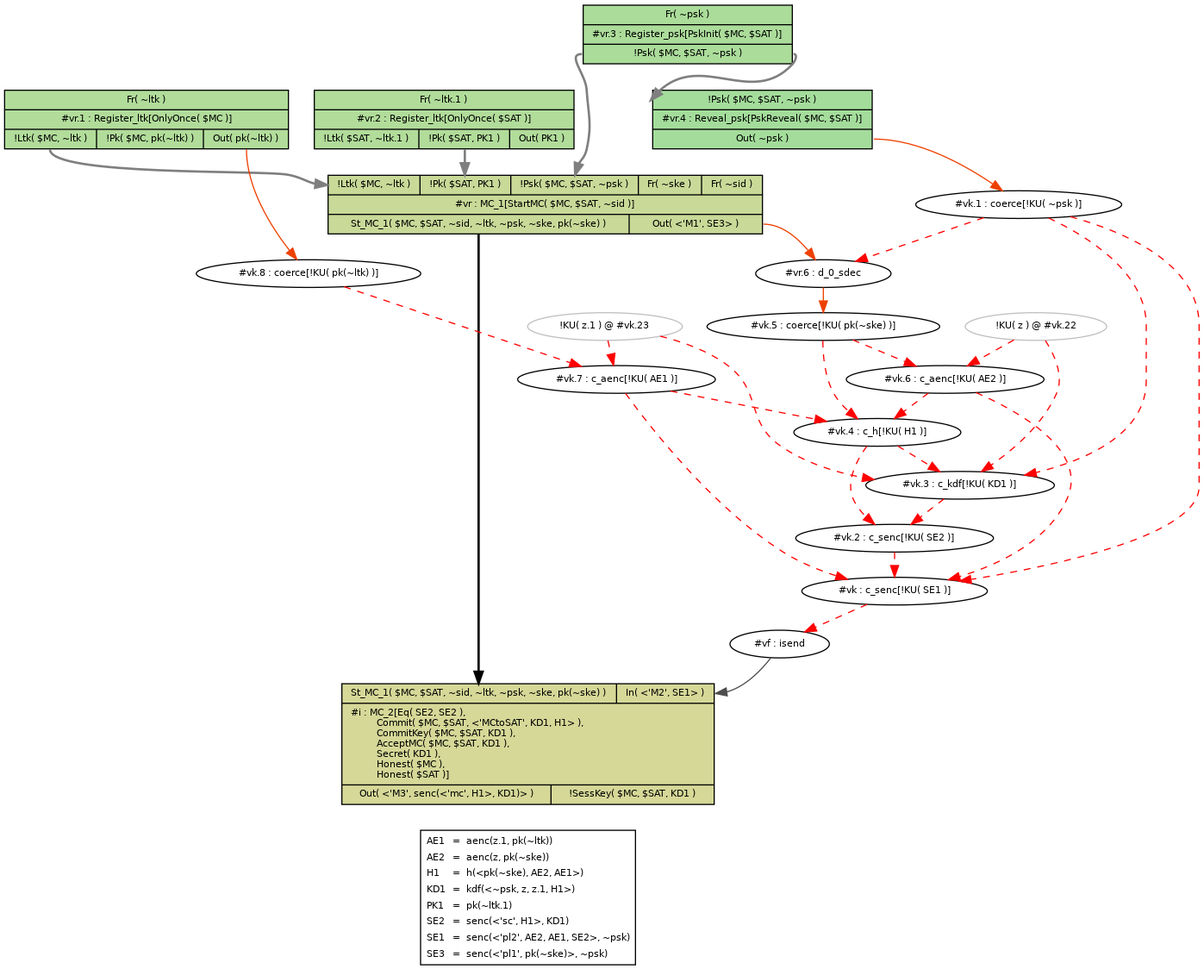
The Graphviz diagram traces/fa02_respauth.png in DheelepN/sdls-ep-formal-verification, before a commit. Its source is kept beside it as traces/fa02_respauth.dot.
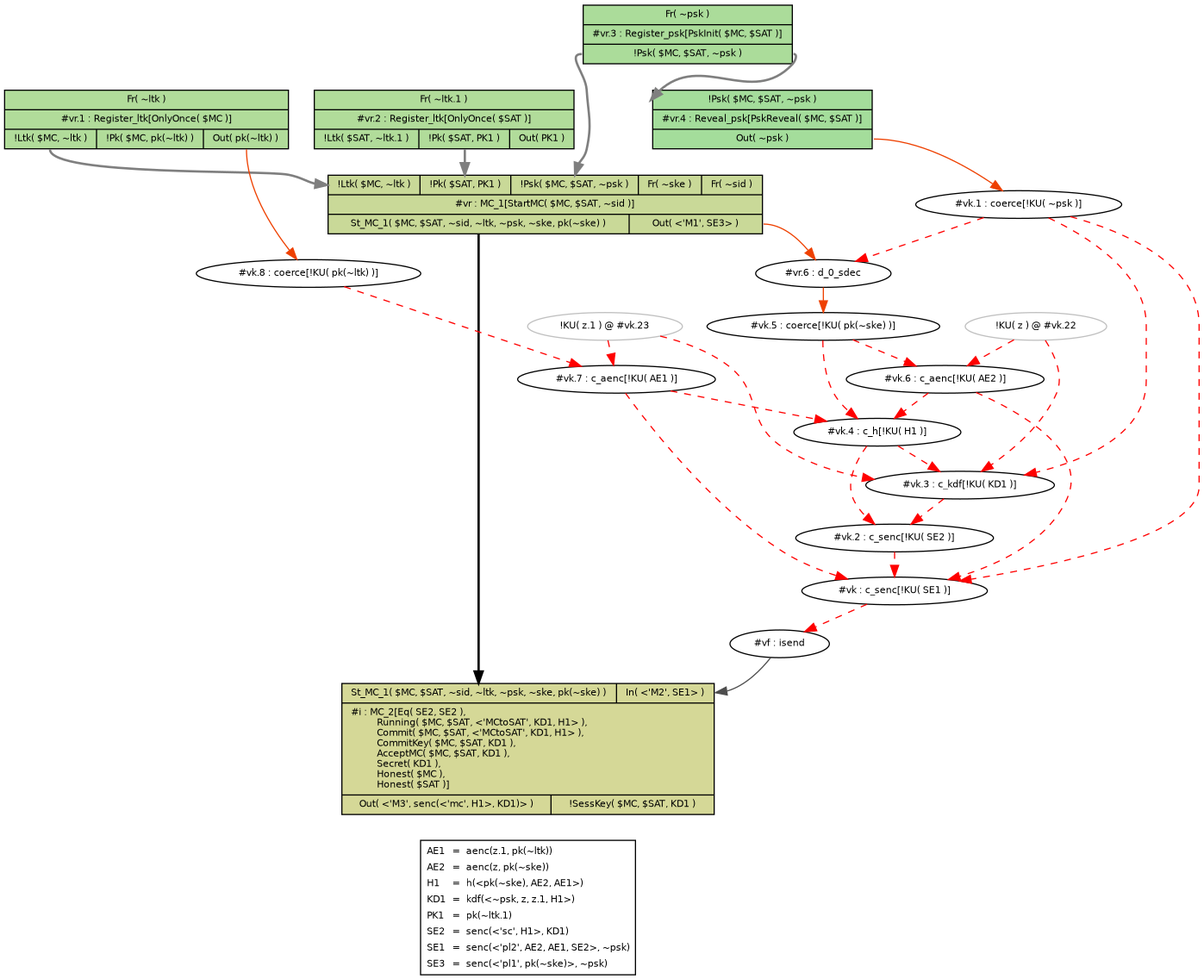
The same file after the commit.

Diff of the diagram source:
```diff
@@ -3,7 +3,7 @@
 ranksep="0.3";
 node[fontsize="8",fontname="Helvetica",width="0.3",height="0.2"];
 edge[fontsize="8",fontname="Helvetica"];
-n5[shape="record",label="{{<n0> St_MC_1( $MC, $SAT, ~sid, ~ltk, ~psk, ~ske, pk(~ske) )|<n1> In( \<'M2', SE1\> )}|{<n2> #i : MC_2[Eq( SE2, SE2 ),\l&nbsp;&nbsp;&nbsp;&nbsp;&nbsp;&nbsp;&nbsp;&nbsp;&nbsp;&nbsp;Commit( $MC, $SAT, \<'MCtoSAT', KD1, H1\> ),\l&nbsp;&nbsp;&nbsp;&nbsp;&nbsp;&nbsp;&nbsp;&nbsp;&nbsp;&nbsp;CommitKey( $MC, $SAT, KD1 ),\l&nbsp;&nbsp;&nbsp;&nbsp;&nbsp;&nbsp;&nbsp;&nbsp;&nbsp;&nbsp;AcceptMC( $MC, $SAT, KD1 ),\l&nbsp;&nbsp;&nbsp;&nbsp;&nbsp;&nbsp;&nbsp;&nbsp;&nbsp;&nbsp;Secret( KD1 ),\l&nbsp;&nbsp;&nbsp;&nbsp;&nbsp;&nbsp;&nbsp;&nbsp;&nbsp;&nbsp;Honest( $MC ),\l&nbsp;&nbsp;&nbsp;&nbsp;&nbsp;&nbsp;&nbsp;&nbsp;&nbsp;&nbsp;Honest( $SAT )]\l}|{<n3> Out( \<'M3', senc(\<'mc', H1\>, KD1)\> )|<n4> !SessKey( $MC, $SAT, KD1 )}}",fillcolor="#d5d897",style="filled",fontcolor="black",role="Undefined"];
+n5[shape="record",label="{{<n0> St_MC_1( $MC, $SAT, ~sid, ~ltk, ~psk, ~ske, pk(~ske) )|<n1> In( \<'M2', SE1\> )}|{<n2> #i : MC_2[Eq( SE2, SE2 ),\l&nbsp;&nbsp;&nbsp;&nbsp;&nbsp;&nbsp;&nbsp;&nbsp;&nbsp;&nbsp;Running( $MC, $SAT, \<'MCtoSAT', KD1, H1\> ),\l&nbsp;&nbsp;&nbsp;&nbsp;&nbsp;&nbsp;&nbsp;&nbsp;&nbsp;&nbsp;Commit( $MC, $SAT, \<'MCtoSAT', KD1, H1\> ),\l&nbsp;&nbsp;&nbsp;&nbsp;&nbsp;&nbsp;&nbsp;&nbsp;&nbsp;&nbsp;CommitKey( $MC, $SAT, KD1 ),\l&nbsp;&nbsp;&nbsp;&nbsp;&nbsp;&nbsp;&nbsp;&nbsp;&nbsp;&nbsp;AcceptMC( $MC, $SAT, KD1 ),\l&nbsp;&nbsp;&nbsp;&nbsp;&nbsp;&nbsp;&nbsp;&nbsp;&nbsp;&nbsp;Secret( KD1 ),\l&nbsp;&nbsp;&nbsp;&nbsp;&nbsp;&nbsp;&nbsp;&nbsp;&nbsp;&nbsp;Honest( $MC ),\l&nbsp;&nbsp;&nbsp;&nbsp;&nbsp;&nbsp;&nbsp;&nbsp;&nbsp;&nbsp;Honest( $SAT )]\l}|{<n3> Out( \<'M3', senc(\<'mc', H1\>, KD1)\> )|<n4> !SessKey( $MC, $SAT, KD1 )}}",fillcolor="#d5d897",style="filled",fontcolor="black",role="Undefined"];
 n6[label="#vf : isend",shape="ellipse"];
 n7[label="#vk : c_senc[!KU( SE1 )]",shape="ellipse"];
 n16[shape="record",label="{{<n8> !Ltk( $MC, ~ltk )|<n9> !Pk( $SAT, PK1 )|<n10> !Psk( $MC, $SAT, ~psk )|<n11> Fr( ~ske )|<n12> Fr( ~sid )}|{<n13> #vr : MC_1[StartMC( $MC, $SAT, ~sid )]}|{<n14> St_MC_1( $MC, $SAT, ~sid, ~ltk, ~psk, ~ske, pk(~ske) )|<n15> Out( \<'M1', SE3\> )}}",fillcolor="#c9d998",style="filled",fontcolor="black",role="Undefined"];
```
